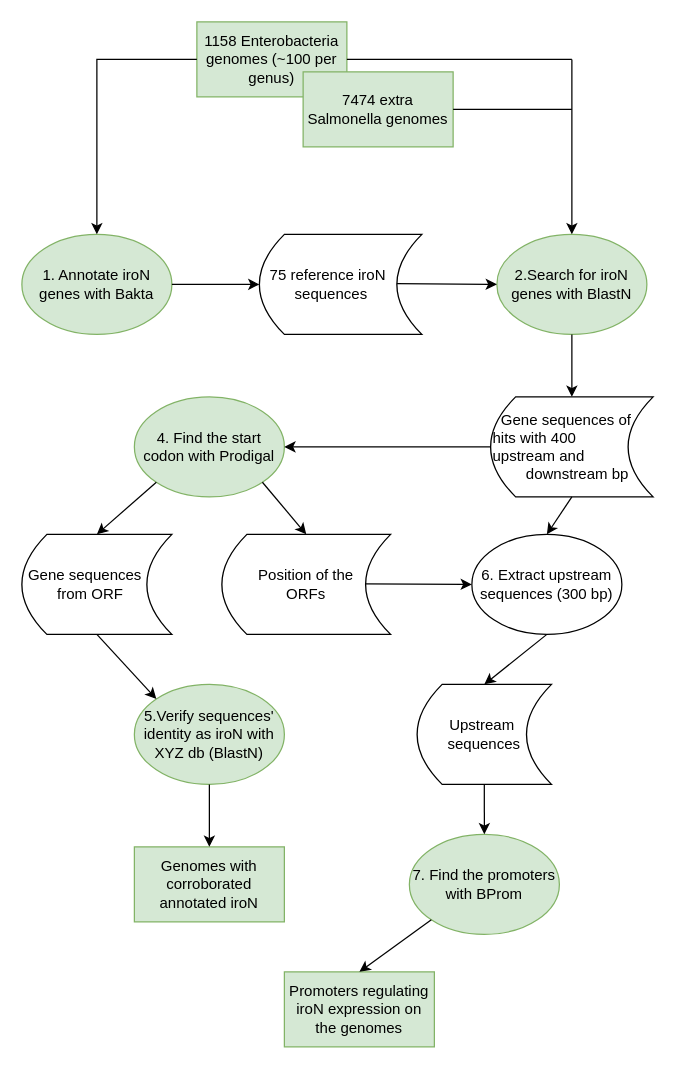
Eugenio-Molphe/IroN-project keeps this draw.io diagram as IroN-project.drawio. Above is the earlier version. Source tidied: cells renumbered, new cells numbered last; positions are measured from the earlier drawing's top-left corner, leaving out a move shared by most shapes. Both pictures are drawn from the tidied source at 125%, with x=0, y=0 at pixel (21, 21).
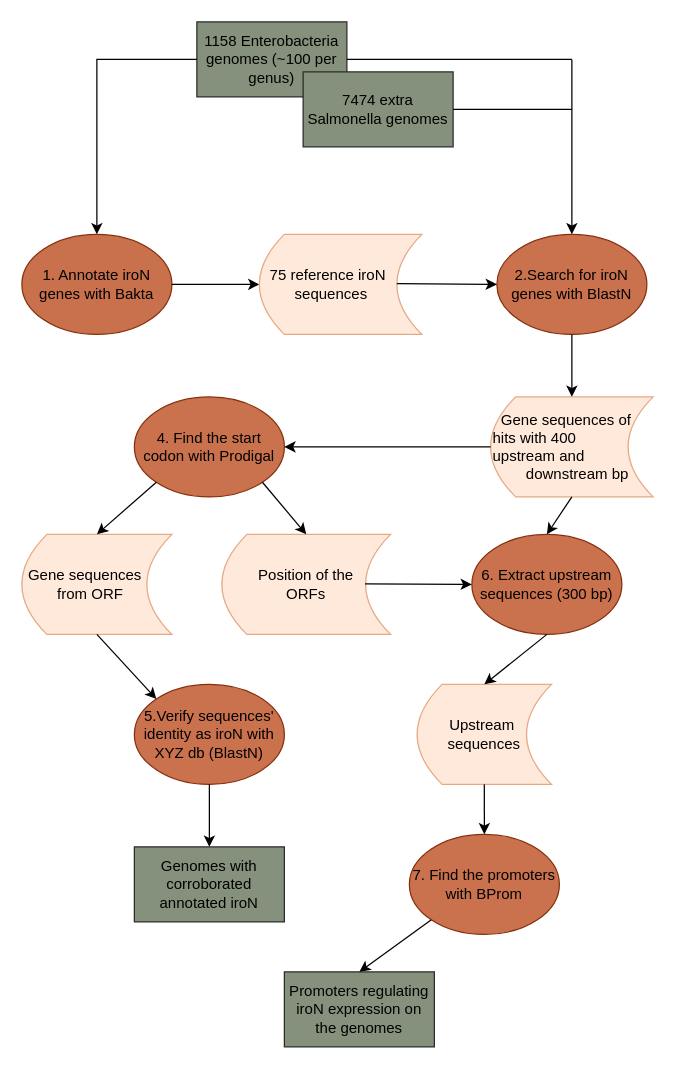
Above is the later version.

Commit message:
Colour for the flowchart

Change to the diagram source:
```diff
@@
-    <mxCell id="2" value="1. Annotate iroN genes with Bakta" style="ellipse;whiteSpace=wrap;html=1;fillColor=#d5e8d4;strokeColor=#82b366;" parent="1" vertex="1">
+    <mxCell id="2" value="1. Annotate iroN genes with Bakta" style="ellipse;whiteSpace=wrap;html=1;fillColor=#c9704c;strokeColor=#862F0D;" parent="1" vertex="1">
       <mxGeometry y="170" width="120" height="80" as="geometry" />
     </mxCell>
-    <mxCell id="3" value="1158 Enterobacteria genomes (~100 per genus)" style="rounded=0;whiteSpace=wrap;html=1;fillColor=#d5e8d4;strokeColor=#82b366;" parent="1" vertex="1">
+    <mxCell id="3" value="1158 Enterobacteria genomes (~100 per genus)" style="rounded=0;whiteSpace=wrap;html=1;fillColor=#85917C;strokeColor=#292D26;" parent="1" vertex="1">
       <mxGeometry x="140" width="120" height="60" as="geometry" />
     </mxCell>
-    <mxCell id="4" value="7. Find the promoters with BProm" style="ellipse;whiteSpace=wrap;html=1;fillColor=#d5e8d4;strokeColor=#82b366;" parent="1" vertex="1">
+    <mxCell id="4" value="7. Find the promoters with BProm" style="ellipse;whiteSpace=wrap;html=1;fillColor=#CA714D;strokeColor=#862F0D;" parent="1" vertex="1">
       <mxGeometry x="310" y="650" width="120" height="80" as="geometry" />
     </mxCell>
-    <mxCell id="5" value="Promoters regulating iroN expression on the genomes" style="rounded=0;whiteSpace=wrap;html=1;fillColor=#d5e8d4;strokeColor=#82b366;" parent="1" vertex="1">
+    <mxCell id="5" value="Promoters regulating iroN expression on the genomes" style="rounded=0;whiteSpace=wrap;html=1;fillColor=#85917C;strokeColor=#292D26;" parent="1" vertex="1">
       <mxGeometry x="210" y="760" width="120" height="60" as="geometry" />
     </mxCell>
@@
-    <mxCell id="8" value="&lt;div align=&quot;left&quot;&gt;&amp;nbsp; 75 reference iroN&amp;nbsp;&amp;nbsp;&amp;nbsp; &lt;span style=&quot;white-space: pre;&quot;&gt;&#9;&lt;/span&gt;sequences&lt;/div&gt;" style="shape=dataStorage;whiteSpace=wrap;html=1;fixedSize=1;align=left;" parent="1" vertex="1">
+    <mxCell id="8" value="&lt;div align=&quot;left&quot;&gt;&amp;nbsp; 75 reference iroN&amp;nbsp;&amp;nbsp;&amp;nbsp; &lt;span style=&quot;white-space: pre;&quot;&gt;&#9;&lt;/span&gt;sequences&lt;/div&gt;" style="shape=dataStorage;whiteSpace=wrap;html=1;fixedSize=1;align=left;fillColor=#FFE9DB;strokeColor=#E5AA85;" parent="1" vertex="1">
       <mxGeometry x="190" y="170" width="130" height="80" as="geometry" />
     </mxCell>
-    <mxCell id="9" value="2.Search for iroN genes with BlastN" style="ellipse;whiteSpace=wrap;html=1;fillColor=#d5e8d4;strokeColor=#82b366;" parent="1" vertex="1">
+    <mxCell id="9" value="2.Search for iroN genes with BlastN" style="ellipse;whiteSpace=wrap;html=1;fillColor=#CA714D;strokeColor=#862f0d;" parent="1" vertex="1">
       <mxGeometry x="380" y="170" width="120" height="80" as="geometry" />
     </mxCell>
@@
-    <mxCell id="12" value="&lt;div&gt;&amp;nbsp; Gene sequences of&amp;nbsp;&lt;/div&gt;&lt;div&gt;hits with 400&amp;nbsp;&lt;/div&gt;&lt;div&gt;upstream and &lt;span style=&quot;white-space: pre;&quot;&gt;&#9;&lt;/span&gt;downstream bp&lt;/div&gt;" style="shape=dataStorage;whiteSpace=wrap;html=1;fixedSize=1;align=left;" parent="1" vertex="1">
+    <mxCell id="12" value="&lt;div&gt;&amp;nbsp; Gene sequences of&amp;nbsp;&lt;/div&gt;&lt;div&gt;hits with 400&amp;nbsp;&lt;/div&gt;&lt;div&gt;upstream and &lt;span style=&quot;white-space: pre;&quot;&gt;&#9;&lt;/span&gt;downstream bp&lt;/div&gt;" style="shape=dataStorage;whiteSpace=wrap;html=1;fixedSize=1;align=left;fillColor=#FFE9DB;strokeColor=#E5AA85;" parent="1" vertex="1">
       <mxGeometry x="375" y="300" width="130" height="80" as="geometry" />
     </mxCell>
@@
-    <mxCell id="14" value="4. Find the start codon with Prodigal" style="ellipse;whiteSpace=wrap;html=1;fillColor=#d5e8d4;strokeColor=#82b366;" parent="1" vertex="1">
+    <mxCell id="14" value="4. Find the start codon with Prodigal" style="ellipse;whiteSpace=wrap;html=1;fillColor=#CA714D;strokeColor=#862F0D;" parent="1" vertex="1">
       <mxGeometry x="90" y="300" width="120" height="80" as="geometry" />
     </mxCell>
@@
-    <mxCell id="16" value="&lt;div align=&quot;center&quot;&gt;&amp;nbsp;Position of the&amp;nbsp;&lt;/div&gt;&lt;div align=&quot;center&quot;&gt;ORFs&lt;/div&gt;" style="shape=dataStorage;whiteSpace=wrap;html=1;fixedSize=1;align=center;" parent="1" vertex="1">
+    <mxCell id="16" value="&lt;div align=&quot;center&quot;&gt;&amp;nbsp;Position of the&amp;nbsp;&lt;/div&gt;&lt;div align=&quot;center&quot;&gt;ORFs&lt;/div&gt;" style="shape=dataStorage;whiteSpace=wrap;html=1;fixedSize=1;align=center;fillColor=#FFE9DB;strokeColor=#E5AA85;" parent="1" vertex="1">
       <mxGeometry x="160" y="410" width="135" height="80" as="geometry" />
     </mxCell>
-    <mxCell id="17" value="&lt;div&gt;&amp;nbsp;Gene sequences&amp;nbsp;&lt;/div&gt;&lt;div&gt;&lt;span style=&quot;white-space: pre;&quot;&gt;&#9;&lt;/span&gt;from ORF&lt;/div&gt;" style="shape=dataStorage;whiteSpace=wrap;html=1;fixedSize=1;align=left;" parent="1" vertex="1">
+    <mxCell id="17" value="&lt;div&gt;&amp;nbsp;Gene sequences&amp;nbsp;&lt;/div&gt;&lt;div&gt;&lt;span style=&quot;white-space: pre;&quot;&gt;&#9;&lt;/span&gt;from ORF&lt;/div&gt;" style="shape=dataStorage;whiteSpace=wrap;html=1;fixedSize=1;align=left;fillColor=#FFE9DB;strokeColor=#E5AA85;" parent="1" vertex="1">
       <mxGeometry y="410" width="120" height="80" as="geometry" />
     </mxCell>
-    <mxCell id="18" value="5.Verify sequences' identity as iroN with XYZ db (BlastN)" style="ellipse;whiteSpace=wrap;html=1;fillColor=#d5e8d4;strokeColor=#82b366;" parent="1" vertex="1">
+    <mxCell id="18" value="5.Verify sequences' identity as iroN with XYZ db (BlastN)" style="ellipse;whiteSpace=wrap;html=1;fillColor=#CA714D;strokeColor=#862F0D;" parent="1" vertex="1">
       <mxGeometry x="90" y="530" width="120" height="80" as="geometry" />
     </mxCell>
-    <mxCell id="19" value="Genomes with corroborated annotated iroN" style="rounded=0;whiteSpace=wrap;html=1;fillColor=#d5e8d4;strokeColor=#82b366;" parent="1" vertex="1">
+    <mxCell id="19" value="Genomes with corroborated annotated iroN" style="rounded=0;whiteSpace=wrap;html=1;fillColor=#85917C;strokeColor=#292D26;" parent="1" vertex="1">
       <mxGeometry x="90" y="660" width="120" height="60" as="geometry" />
     </mxCell>
-    <mxCell id="20" value="6. Extract upstream sequences (300 bp)" style="ellipse;whiteSpace=wrap;html=1;" parent="1" vertex="1">
+    <mxCell id="20" value="6. Extract upstream sequences (300 bp)" style="ellipse;whiteSpace=wrap;html=1;fillColor=#CA714D;strokeColor=#862F0D;" parent="1" vertex="1">
       <mxGeometry x="360" y="410" width="120" height="80" as="geometry" />
     </mxCell>
-    <mxCell id="21" value="&lt;div&gt;Upstream&amp;nbsp;&lt;/div&gt;&lt;div&gt;sequences&lt;/div&gt;" style="shape=dataStorage;whiteSpace=wrap;html=1;fixedSize=1;align=center;" parent="1" vertex="1">
+    <mxCell id="21" value="&lt;div&gt;Upstream&amp;nbsp;&lt;/div&gt;&lt;div&gt;sequences&lt;/div&gt;" style="shape=dataStorage;whiteSpace=wrap;html=1;fixedSize=1;align=center;fillColor=#FFE9DB;strokeColor=#E5AA85;" parent="1" vertex="1">
       <mxGeometry x="316.2" y="530" width="107.5" height="80" as="geometry" />
     </mxCell>
-    <mxCell id="22" value="7474 extra Salmonella genomes" style="rounded=0;whiteSpace=wrap;html=1;fillColor=#d5e8d4;strokeColor=#82b366;" parent="1" vertex="1">
+    <mxCell id="22" value="7474 extra Salmonella genomes" style="rounded=0;whiteSpace=wrap;html=1;fillColor=#85917C;strokeColor=#292D26;" parent="1" vertex="1">
       <mxGeometry x="225" y="40" width="120" height="60" as="geometry" />
     </mxCell>
```
